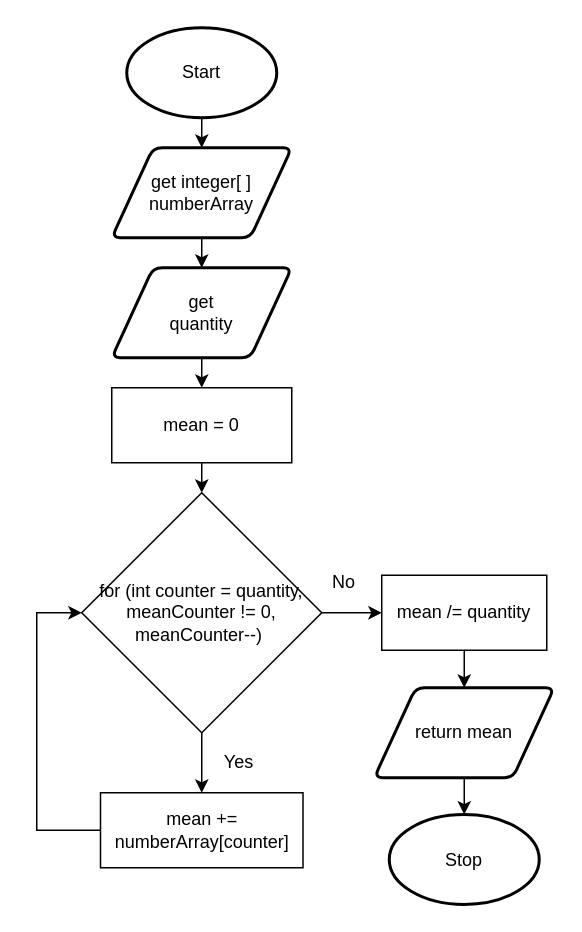
Before: drawio/mean.drawio in Aidan-Lalonde-Novales/ics4u-unit1-06-typescript, a draw.io diagram. Source tidied: cells renumbered, new cells numbered last; positions are measured from the earlier drawing's top-left corner, leaving out a move shared by most shapes. Both pictures are drawn from the tidied source at 150%, with x=0, y=0 at pixel (36, 27).
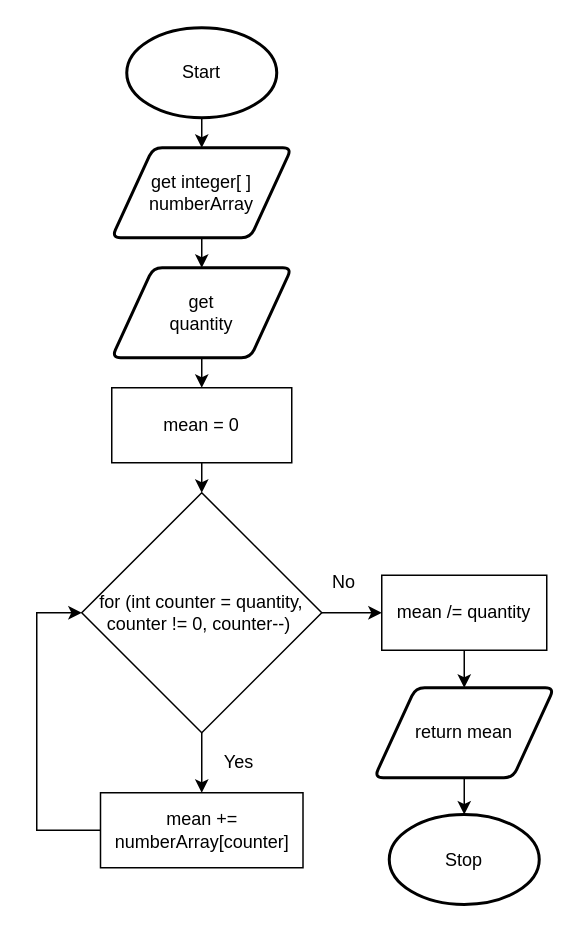
After the change.

Change to the diagram source:
```diff
@@
-    <mxCell id="17" value="for (int counter = quantity, meanCounter != 0, meanCounter--)&amp;nbsp;" style="rhombus;whiteSpace=wrap;html=1;" parent="1" vertex="1">
+    <mxCell id="17" value="for (int counter = quantity, counter != 0, counter--)&amp;nbsp;" style="rhombus;whiteSpace=wrap;html=1;" parent="1" vertex="1">
       <mxGeometry x="30" y="310" width="160" height="160" as="geometry" />
     </mxCell>
```
